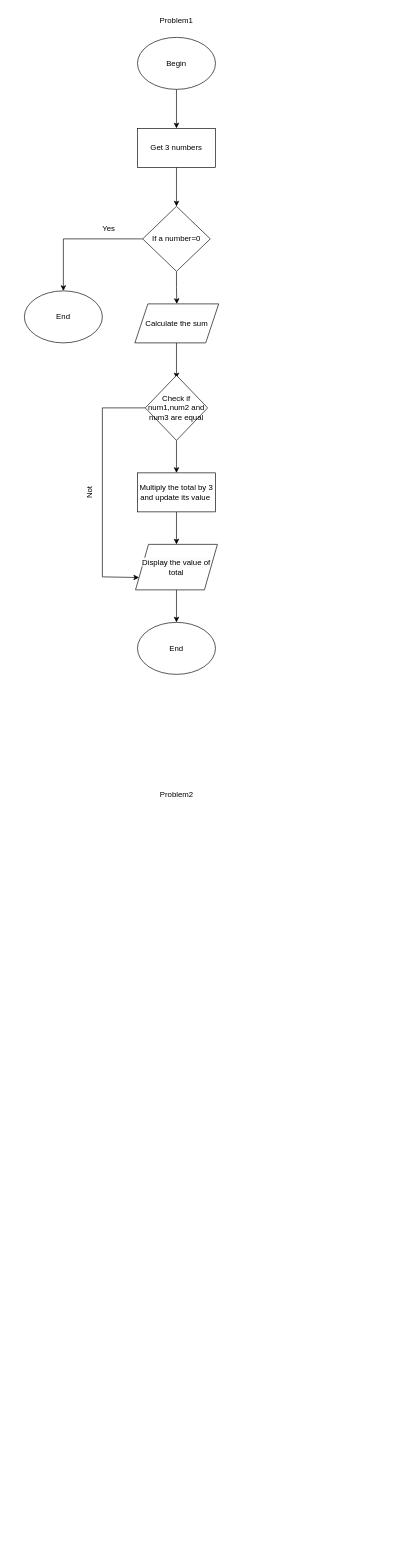
KaXaBlanka/python-assignment keeps this draw.io diagram as Başlıksız Diyagram.drawio. Above is the earlier version. Source tidied: cells renumbered, new cells numbered last; positions are measured from the earlier drawing's top-left corner, leaving out a move shared by most shapes. Both pictures are drawn from the tidied source at 65%, with x=0, y=0 at pixel (24, 11).
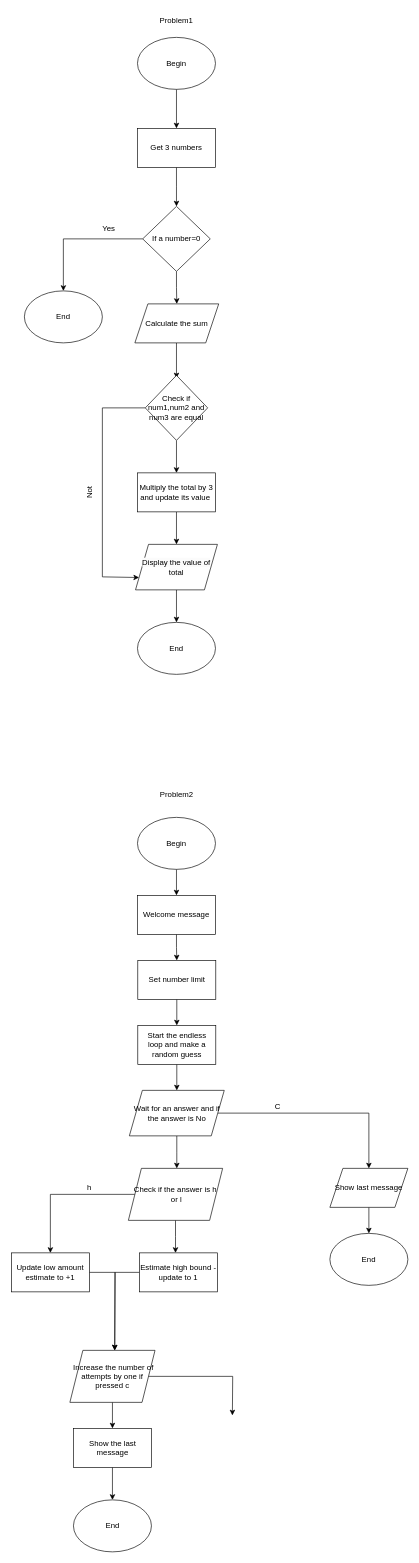
After the change.

Diff of the diagram source:
```diff
@@
+    <mxCell id="24" style="edgeStyle=orthogonalEdgeStyle;rounded=0;jettySize=auto;html=1;" parent="1" edge="1" source="25" target="27">
+      <mxGeometry relative="1" as="geometry" />
+    </mxCell>
+    <mxCell id="25" value="Begin" style="ellipse;whiteSpace=wrap;html=1;" parent="1" vertex="1">
+      <mxGeometry x="174" y="1240" width="120" height="80" as="geometry" />
+    </mxCell>
+    <mxCell id="26" style="edgeStyle=orthogonalEdgeStyle;rounded=0;jettySize=auto;html=1;" parent="1" edge="1" source="27" target="29">
+      <mxGeometry relative="1" as="geometry" />
+    </mxCell>
+    <mxCell id="27" value="Welcome message" style="whiteSpace=wrap;html=1;" parent="1" vertex="1">
+      <mxGeometry x="174" y="1360" width="120" height="60" as="geometry" />
+    </mxCell>
+    <mxCell id="28" style="edgeStyle=orthogonalEdgeStyle;rounded=0;jettySize=auto;html=1;" parent="1" edge="1" source="29" target="31">
+      <mxGeometry relative="1" as="geometry" />
+    </mxCell>
+    <mxCell id="29" value="Set number limit" style="whiteSpace=wrap;html=1;" parent="1" vertex="1">
+      <mxGeometry x="174.5" y="1460" width="120" height="60" as="geometry" />
+    </mxCell>
+    <mxCell id="30" style="edgeStyle=orthogonalEdgeStyle;rounded=0;jettySize=auto;html=1;" parent="1" edge="1" source="31" target="34">
+      <mxGeometry relative="1" as="geometry" />
+    </mxCell>
+    <mxCell id="31" value="Start the endless loop&amp;nbsp;and make a random guess" style="whiteSpace=wrap;html=1;" parent="1" vertex="1">
+      <mxGeometry x="174.5" y="1560" width="120" height="60" as="geometry" />
+    </mxCell>
+    <mxCell id="32" style="edgeStyle=orthogonalEdgeStyle;rounded=0;jettySize=auto;html=1;" parent="1" edge="1" source="34">
+      <mxGeometry relative="1" as="geometry">
+        <mxPoint x="234.5" y="1780" as="targetPoint" />
+      </mxGeometry>
+    </mxCell>
+    <mxCell id="33" style="edgeStyle=orthogonalEdgeStyle;rounded=0;jettySize=auto;html=1;entryX=0.5;entryY=0;entryDx=0;entryDy=0;" parent="1" edge="1" source="34" target="36">
+      <mxGeometry relative="1" as="geometry" />
+    </mxCell>
+    <mxCell id="34" value="Wait for an answer and if the answer is No" style="shape=parallelogram;perimeter=parallelogramPerimeter;whiteSpace=wrap;html=1;fixedSize=1;" parent="1" vertex="1">
+      <mxGeometry x="161.5" y="1660" width="146" height="70" as="geometry" />
+    </mxCell>
+    <mxCell id="35" style="edgeStyle=orthogonalEdgeStyle;rounded=0;jettySize=auto;html=1;entryX=0.5;entryY=0;entryDx=0;entryDy=0;" parent="1" edge="1" source="36" target="37">
+      <mxGeometry relative="1" as="geometry" />
+    </mxCell>
+    <mxCell id="36" value="Show last message" style="shape=parallelogram;perimeter=parallelogramPerimeter;whiteSpace=wrap;html=1;fixedSize=1;" parent="1" vertex="1">
+      <mxGeometry x="470" y="1780" width="120" height="60" as="geometry" />
+    </mxCell>
+    <mxCell id="37" value="End" style="ellipse;whiteSpace=wrap;html=1;" parent="1" vertex="1">
+      <mxGeometry x="470" y="1880" width="120" height="80" as="geometry" />
+    </mxCell>
+    <mxCell id="38" style="edgeStyle=orthogonalEdgeStyle;rounded=0;jettySize=auto;html=1;" parent="1" edge="1" source="40" target="42">
+      <mxGeometry relative="1" as="geometry" />
+    </mxCell>
+    <mxCell id="39" style="edgeStyle=orthogonalEdgeStyle;rounded=0;jettySize=auto;html=1;" parent="1" edge="1" source="40">
+      <mxGeometry relative="1" as="geometry">
+        <mxPoint x="232.5" y="1910" as="targetPoint" />
+      </mxGeometry>
+    </mxCell>
+    <mxCell id="40" value="Check if the answer is h &amp;nbsp;or l" style="shape=parallelogram;perimeter=parallelogramPerimeter;whiteSpace=wrap;html=1;fixedSize=1;" parent="1" vertex="1">
+      <mxGeometry x="160" y="1780" width="145" height="80" as="geometry" />
+    </mxCell>
+    <mxCell id="41" style="edgeStyle=orthogonalEdgeStyle;rounded=0;jettySize=auto;html=1;" parent="1" edge="1" source="42">
+      <mxGeometry relative="1" as="geometry">
+        <mxPoint x="139" y="2060" as="targetPoint" />
+      </mxGeometry>
+    </mxCell>
+    <mxCell id="42" value="Update low amount estimate to +1" style="whiteSpace=wrap;html=1;" parent="1" vertex="1">
+      <mxGeometry x="-20" y="1910" width="120" height="60" as="geometry" />
+    </mxCell>
+    <mxCell id="43" style="edgeStyle=orthogonalEdgeStyle;rounded=0;jettySize=auto;html=1;entryX=0.5;entryY=0;entryDx=0;entryDy=0;" parent="1" edge="1" source="44">
+      <mxGeometry relative="1" as="geometry">
+        <mxPoint x="139" y="2060" as="targetPoint" />
+      </mxGeometry>
+    </mxCell>
+    <mxCell id="44" value="Estimate high bound - update to 1" style="rounded=0;whiteSpace=wrap;html=1;" parent="1" vertex="1">
+      <mxGeometry x="177" y="1910" width="120" height="60" as="geometry" />
+    </mxCell>
+    <mxCell id="45" value="C" style="text;html=1;strokeColor=none;fillColor=none;align=center;verticalAlign=middle;whiteSpace=wrap;rounded=0;" parent="1" vertex="1">
+      <mxGeometry x="360" y="1670" width="60" height="30" as="geometry" />
+    </mxCell>
+    <mxCell id="46" value="h" style="text;html=1;strokeColor=none;fillColor=none;align=center;verticalAlign=middle;whiteSpace=wrap;rounded=0;" parent="1" vertex="1">
+      <mxGeometry x="70" y="1795" width="60" height="30" as="geometry" />
+    </mxCell>
+    <mxCell id="47" style="edgeStyle=orthogonalEdgeStyle;rounded=0;jettySize=auto;html=1;" parent="1" edge="1" source="49" target="51">
+      <mxGeometry relative="1" as="geometry" />
+    </mxCell>
+    <mxCell id="48" style="edgeStyle=orthogonalEdgeStyle;rounded=0;jettySize=auto;html=1;" parent="1" edge="1" source="49">
+      <mxGeometry relative="1" as="geometry">
+        <mxPoint x="320" y="2160" as="targetPoint" />
+      </mxGeometry>
+    </mxCell>
+    <mxCell id="49" value="&amp;nbsp;Increase the number of attempts by one if pressed c" style="shape=parallelogram;perimeter=parallelogramPerimeter;whiteSpace=wrap;html=1;fixedSize=1;" parent="1" vertex="1">
+      <mxGeometry x="70" y="2060" width="131" height="80" as="geometry" />
+    </mxCell>
+    <mxCell id="50" style="edgeStyle=orthogonalEdgeStyle;rounded=0;jettySize=auto;html=1;entryX=0.5;entryY=0;entryDx=0;entryDy=0;" parent="1" edge="1" source="51" target="52">
+      <mxGeometry relative="1" as="geometry" />
+    </mxCell>
+    <mxCell id="51" value="Show the last message" style="whiteSpace=wrap;html=1;" parent="1" vertex="1">
+      <mxGeometry x="75.5" y="2180" width="120" height="60" as="geometry" />
+    </mxCell>
+    <mxCell id="52" value="End" style="ellipse;whiteSpace=wrap;html=1;" parent="1" vertex="1">
+      <mxGeometry x="75.5" y="2290" width="120" height="80" as="geometry" />
+    </mxCell>
```
